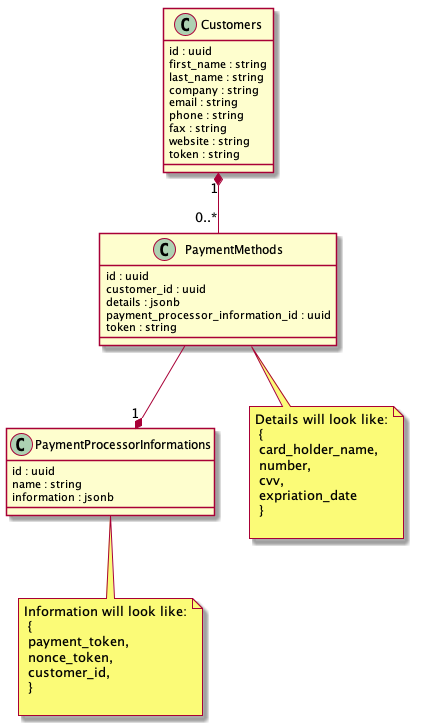
Above: documents/database.png in emfigo/primer (PlantUML), before the change.
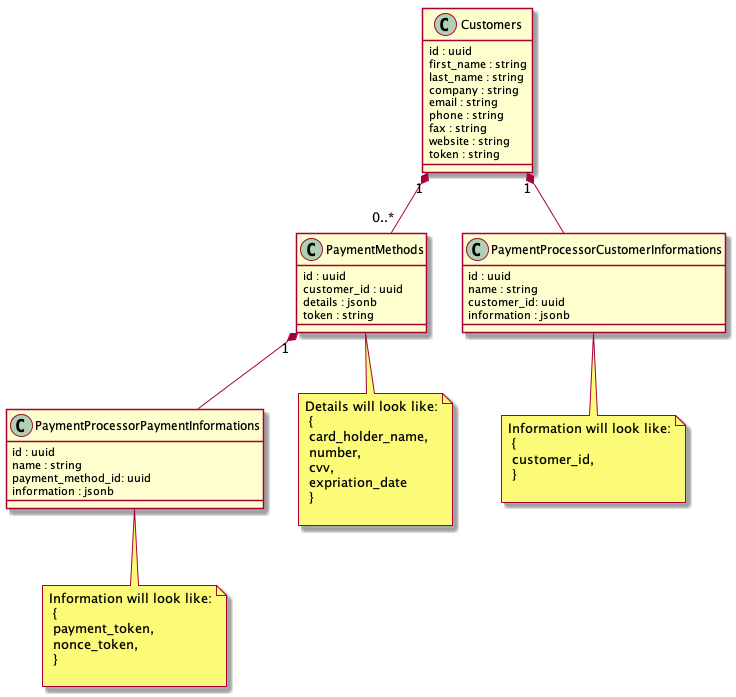
Above is the later version.

Change to the diagram source:
```diff
@@ -15,22 +15,32 @@
   id : uuid
   customer_id : uuid
   details : jsonb
-  payment_processor_information_id : uuid
   token : string
 }
 
-class PaymentProcessorInformations {
+class PaymentProcessorPaymentInformations {
   id : uuid
   name : string
+  payment_method_id: uuid
+  information : jsonb
+}
+
+class PaymentProcessorCustomerInformations {
+  id : uuid
+  name : string
+  customer_id: uuid
   information : jsonb
 }
 
 note "Details will look like:\n {\n card_holder_name,\n number,\n cvv,\n expriation_date\n }\n" as details
-note "Information will look like:\n {\n payment_token,\n nonce_token,\n customer_id,\n }\n" as information
+note "Information will look like:\n {\n payment_token,\n nonce_token,\n }\n" as payment_information
+note "Information will look like:\n {\n customer_id,\n }\n" as customer_information
 
 Customers "1" *-- "0..*" PaymentMethods
+Customers "1" *-- PaymentProcessorCustomerInformations
+PaymentProcessorCustomerInformations .. customer_information
 PaymentMethods .. details
-PaymentMethods --* "1" PaymentProcessorInformations
-PaymentProcessorInformations .. information
+PaymentMethods "1" *-- PaymentProcessorPaymentInformations
+PaymentProcessorPaymentInformations .. payment_information
 
 @enduml
```
